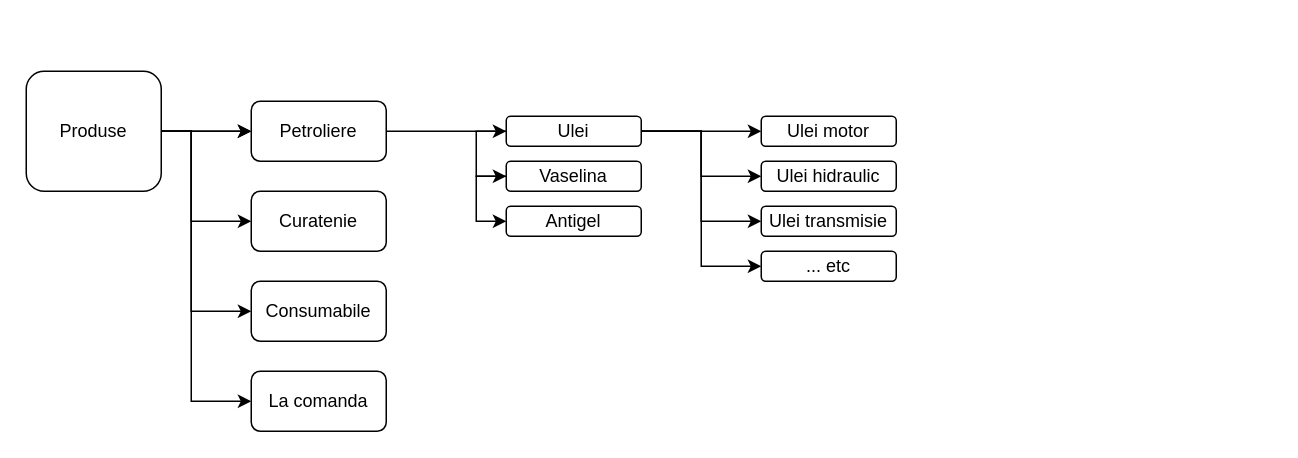
CucuJr/sda_proj keeps this draw.io diagram as Diagram.drawio. Above is the earlier version. Source tidied: cells renumbered, new cells numbered last; positions are measured from the earlier drawing's top-left corner, leaving out a move shared by most shapes. Both pictures are drawn from the tidied source at 150%, with x=0, y=0 at pixel (26, 70).
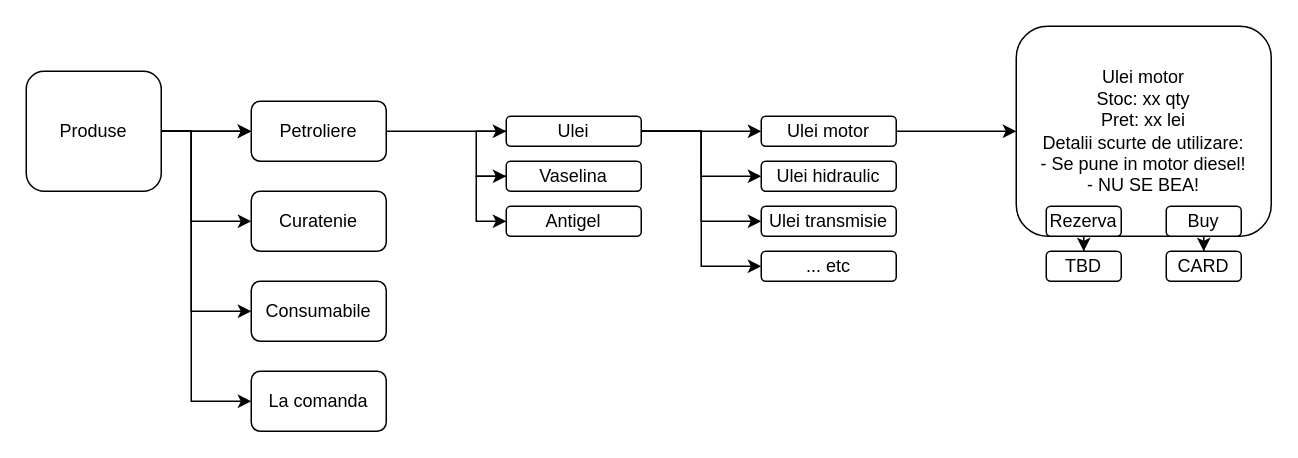
Above is the later version.

The change refers to these unchanged cells:
```xml
<mxCell id="19" value="Ulei motor" style="rounded=1;whiteSpace=wrap;html=1;" parent="1" vertex="1">
  <mxGeometry x="490" y="30" width="90" height="20" as="geometry" />
</mxCell>
```

Change to the diagram source:
```diff
@@
+    <mxCell id="26" style="edgeStyle=orthogonalEdgeStyle;rounded=0;jettySize=auto;html=1;" parent="1" edge="1" source="19" target="27">
+      <mxGeometry relative="1" as="geometry" />
+    </mxCell>
@@
+    <mxCell id="27" value="Ulei motor&lt;br&gt;Stoc: xx qty&lt;br&gt;Pret: xx lei&lt;br&gt;Detalii scurte de utilizare:&lt;br&gt;- Se pune in motor diesel!&lt;br&gt;- NU SE BEA!" style="rounded=1;whiteSpace=wrap;html=1;" parent="1" vertex="1">
+      <mxGeometry x="660" y="-30" width="170" height="140" as="geometry" />
+    </mxCell>
+    <mxCell id="28" style="edgeStyle=orthogonalEdgeStyle;rounded=0;jettySize=auto;html=1;" parent="1" edge="1" source="29" target="32">
+      <mxGeometry relative="1" as="geometry" />
+    </mxCell>
+    <mxCell id="29" value="Rezerva" style="rounded=1;whiteSpace=wrap;html=1;" parent="1" vertex="1">
+      <mxGeometry x="680" y="90" width="50" height="20" as="geometry" />
+    </mxCell>
+    <mxCell id="30" style="edgeStyle=orthogonalEdgeStyle;rounded=0;jettySize=auto;html=1;" parent="1" edge="1" source="31" target="33">
+      <mxGeometry relative="1" as="geometry" />
+    </mxCell>
+    <mxCell id="31" value="Buy" style="rounded=1;whiteSpace=wrap;html=1;" parent="1" vertex="1">
+      <mxGeometry x="760" y="90" width="50" height="20" as="geometry" />
+    </mxCell>
+    <mxCell id="32" value="TBD" style="rounded=1;whiteSpace=wrap;html=1;" parent="1" vertex="1">
+      <mxGeometry x="680" y="120" width="50" height="20" as="geometry" />
+    </mxCell>
+    <mxCell id="33" value="CARD" style="rounded=1;whiteSpace=wrap;html=1;" parent="1" vertex="1">
+      <mxGeometry x="760" y="120" width="50" height="20" as="geometry" />
+    </mxCell>
```
